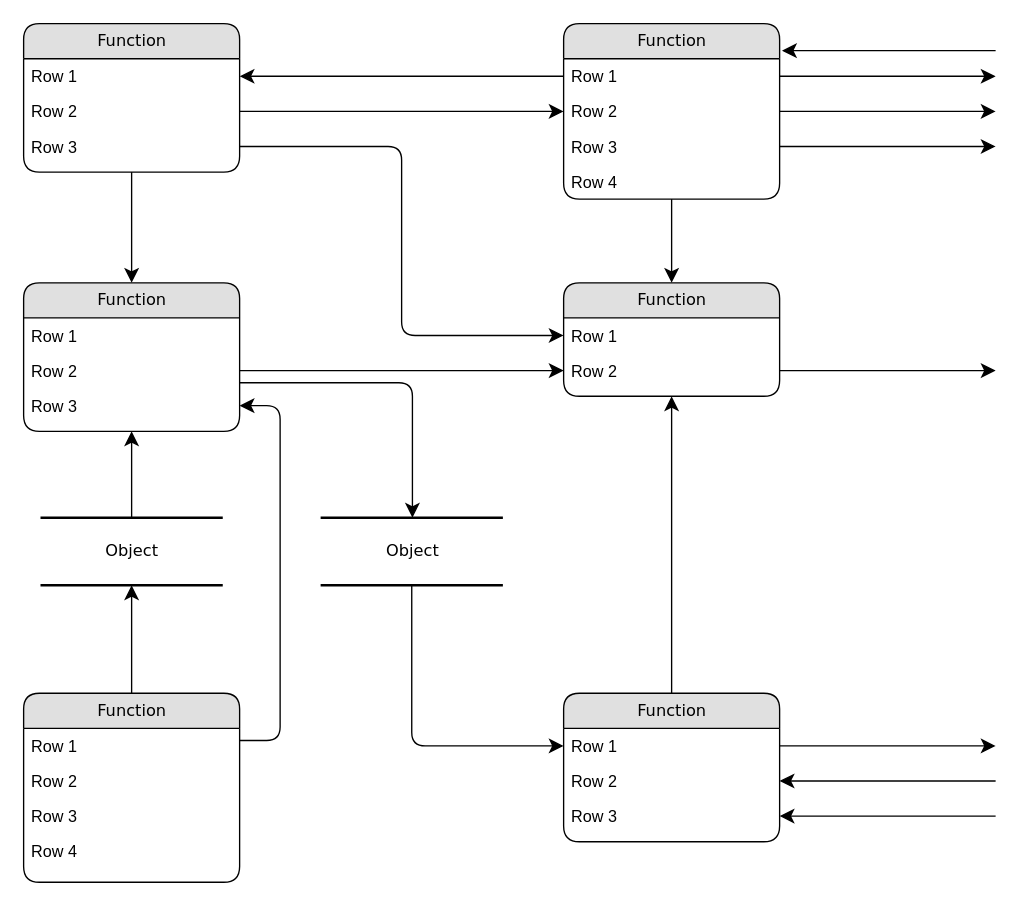
Before: Untitled Diagram.drawio in MingNarongthat/FCCS_Prediction, a draw.io diagram. Source tidied: cells renumbered, new cells numbered last; positions are measured from the earlier drawing's top-left corner, leaving out a move shared by most shapes. Both pictures are drawn from the tidied source at 135%, with x=0, y=0 at pixel (23, 23).
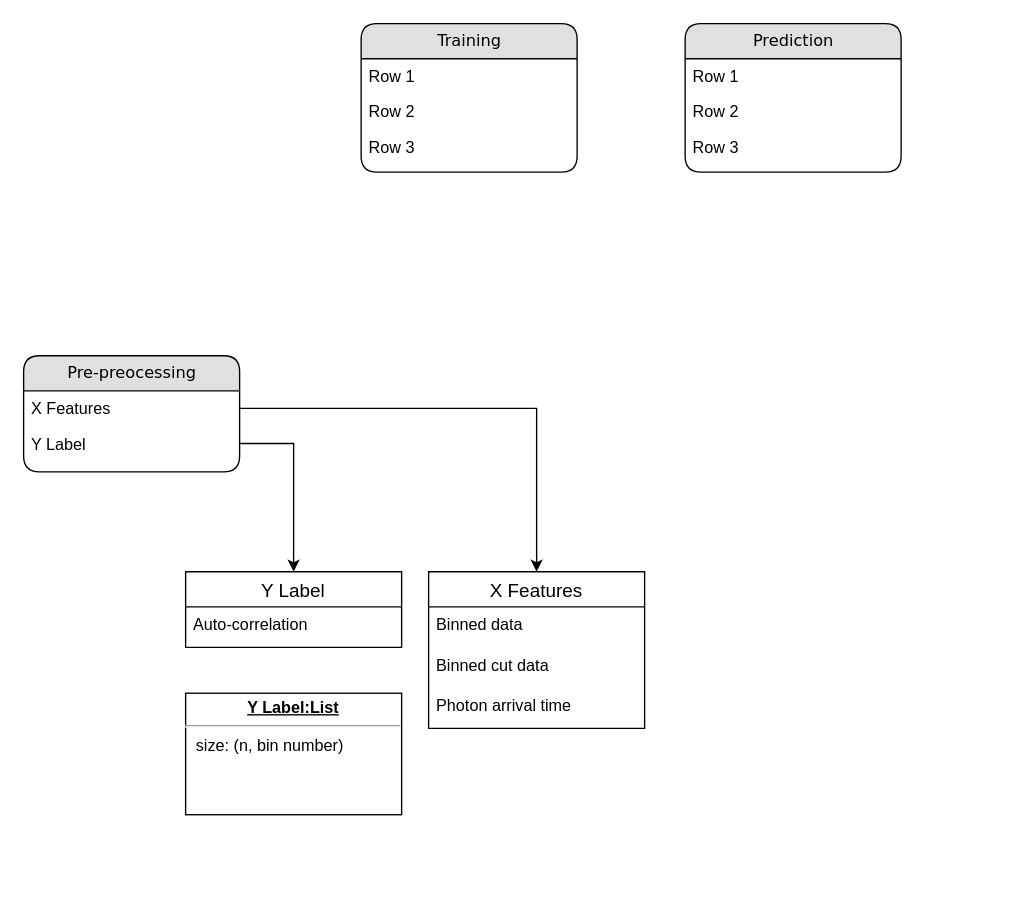
The same page after the edit.

Unchanged cells that the change refers to:
```xml
<mxCell id="14" value="Row 2" style="text;html=1;strokeColor=none;fillColor=none;spacingLeft=4;spacingRight=4;whiteSpace=wrap;overflow=hidden;points=[[0,0.5],[1,0.5]];portConstraint=eastwest;" parent="12" vertex="1">
  <mxGeometry y="52" width="160" height="26" as="geometry" />
</mxCell>
<mxCell id="15" value="Row 3" style="text;html=1;strokeColor=none;fillColor=none;spacingLeft=4;spacingRight=4;whiteSpace=wrap;overflow=hidden;points=[[0,0.5],[1,0.5]];portConstraint=eastwest;" parent="12" vertex="1">
  <mxGeometry y="78" width="160" height="26" as="geometry" />
</mxCell>
```

What changed in the source:
```diff
@@
-    <mxCell id="2" value="Object" style="html=1;rounded=0;shadow=0;comic=0;labelBackgroundColor=none;strokeWidth=2;fontFamily=Verdana;fontSize=12;align=center;shape=mxgraph.ios7ui.horLines;" parent="1" vertex="1">
-      <mxGeometry x="12.5" y="366" width="135" height="50" as="geometry" />
-    </mxCell>
-    <mxCell id="3" value="Function" style="swimlane;html=1;fontStyle=0;horizontal=1;startSize=26;fillColor=#e0e0e0;swimlaneFillColor=#ffffff;align=center;rounded=1;shadow=0;comic=0;labelBackgroundColor=none;strokeWidth=1;fontFamily=Verdana;fontSize=12;" parent="1" vertex="1">
-      <mxGeometry width="160" height="110" as="geometry" />
+    <mxCell id="3" value="Pre-preocessing" style="swimlane;html=1;fontStyle=0;horizontal=1;startSize=26;fillColor=#e0e0e0;swimlaneFillColor=#ffffff;align=center;rounded=1;shadow=0;comic=0;labelBackgroundColor=none;strokeWidth=1;fontFamily=Verdana;fontSize=12;" parent="1" vertex="1">
+      <mxGeometry y="246" width="160" height="86" as="geometry" />
     </mxCell>
-    <mxCell id="4" value="Row 1" style="text;html=1;strokeColor=none;fillColor=none;spacingLeft=4;spacingRight=4;whiteSpace=wrap;overflow=hidden;points=[[0,0.5],[1,0.5]];portConstraint=eastwest;" parent="3" vertex="1">
+    <mxCell id="4" value="X Features" style="text;html=1;strokeColor=none;fillColor=none;spacingLeft=4;spacingRight=4;whiteSpace=wrap;overflow=hidden;points=[[0,0.5],[1,0.5]];portConstraint=eastwest;" parent="3" vertex="1">
       <mxGeometry y="26" width="160" height="26" as="geometry" />
     </mxCell>
-    <mxCell id="5" value="Row 2" style="text;html=1;strokeColor=none;fillColor=none;spacingLeft=4;spacingRight=4;whiteSpace=wrap;overflow=hidden;points=[[0,0.5],[1,0.5]];portConstraint=eastwest;" parent="3" vertex="1">
+    <mxCell id="5" value="Y Label" style="text;html=1;strokeColor=none;fillColor=none;spacingLeft=4;spacingRight=4;whiteSpace=wrap;overflow=hidden;points=[[0,0.5],[1,0.5]];portConstraint=eastwest;" parent="3" vertex="1">
       <mxGeometry y="52" width="160" height="26" as="geometry" />
     </mxCell>
-    <mxCell id="6" value="Row 3" style="text;html=1;strokeColor=none;fillColor=none;spacingLeft=4;spacingRight=4;whiteSpace=wrap;overflow=hidden;points=[[0,0.5],[1,0.5]];portConstraint=eastwest;" parent="3" vertex="1">
-      <mxGeometry y="78" width="160" height="26" as="geometry" />
-    </mxCell>
-    <mxCell id="7" value="Function" style="swimlane;html=1;fontStyle=0;horizontal=1;startSize=26;fillColor=#e0e0e0;swimlaneFillColor=#ffffff;align=center;rounded=1;shadow=0;comic=0;labelBackgroundColor=none;strokeWidth=1;fontFamily=Verdana;fontSize=12;" parent="1" vertex="1">
-      <mxGeometry x="400" width="160" height="130" as="geometry" />
-    </mxCell>
-    <mxCell id="8" value="Row 1" style="text;html=1;strokeColor=none;fillColor=none;spacingLeft=4;spacingRight=4;whiteSpace=wrap;overflow=hidden;points=[[0,0.5],[1,0.5]];portConstraint=eastwest;" parent="7" vertex="1">
-      <mxGeometry y="26" width="160" height="26" as="geometry" />
-    </mxCell>
-    <mxCell id="9" value="Row 2" style="text;html=1;strokeColor=none;fillColor=none;spacingLeft=4;spacingRight=4;whiteSpace=wrap;overflow=hidden;points=[[0,0.5],[1,0.5]];portConstraint=eastwest;" parent="7" vertex="1">
-      <mxGeometry y="52" width="160" height="26" as="geometry" />
-    </mxCell>
-    <mxCell id="10" value="Row 3" style="text;html=1;strokeColor=none;fillColor=none;spacingLeft=4;spacingRight=4;whiteSpace=wrap;overflow=hidden;points=[[0,0.5],[1,0.5]];portConstraint=eastwest;" parent="7" vertex="1">
-      <mxGeometry y="78" width="160" height="26" as="geometry" />
-    </mxCell>
-    <mxCell id="11" value="Row 4" style="text;html=1;strokeColor=none;fillColor=none;spacingLeft=4;spacingRight=4;whiteSpace=wrap;overflow=hidden;" parent="7" vertex="1">
-      <mxGeometry y="104" width="160" height="26" as="geometry" />
-    </mxCell>
-    <mxCell id="12" value="Function" style="swimlane;html=1;fontStyle=0;horizontal=1;startSize=26;fillColor=#e0e0e0;swimlaneFillColor=#ffffff;align=center;rounded=1;shadow=0;comic=0;labelBackgroundColor=none;strokeWidth=1;fontFamily=Verdana;fontSize=12;" parent="1" vertex="1">
-      <mxGeometry y="192" width="160" height="110" as="geometry" />
+    <mxCell id="12" value="Prediction" style="swimlane;html=1;fontStyle=0;horizontal=1;startSize=26;fillColor=#e0e0e0;swimlaneFillColor=#ffffff;align=center;rounded=1;shadow=0;comic=0;labelBackgroundColor=none;strokeWidth=1;fontFamily=Verdana;fontSize=12;" parent="1" vertex="1">
+      <mxGeometry x="490" width="160" height="110" as="geometry" />
     </mxCell>
@@
-    <mxCell id="16" value="Function" style="swimlane;html=1;fontStyle=0;horizontal=1;startSize=26;fillColor=#e0e0e0;swimlaneFillColor=#ffffff;align=center;rounded=1;shadow=0;comic=0;labelBackgroundColor=none;strokeWidth=1;fontFamily=Verdana;fontSize=12;" parent="1" vertex="1">
-      <mxGeometry y="496" width="160" height="140" as="geometry" />
+    <mxCell id="16" value="Training" style="swimlane;html=1;fontStyle=0;horizontal=1;startSize=26;fillColor=#e0e0e0;swimlaneFillColor=#ffffff;align=center;rounded=1;shadow=0;comic=0;labelBackgroundColor=none;strokeWidth=1;fontFamily=Verdana;fontSize=12;" parent="1" vertex="1">
+      <mxGeometry x="250" width="160" height="110" as="geometry" />
     </mxCell>
@@
-    <mxCell id="20" value="Row 4" style="text;html=1;strokeColor=none;fillColor=none;spacingLeft=4;spacingRight=4;whiteSpace=wrap;overflow=hidden;" parent="16" vertex="1">
-      <mxGeometry y="104" width="160" height="26" as="geometry" />
-    </mxCell>
-    <mxCell id="21" value="Function" style="swimlane;html=1;fontStyle=0;horizontal=1;startSize=26;fillColor=#e0e0e0;swimlaneFillColor=#ffffff;align=center;rounded=1;shadow=0;comic=0;labelBackgroundColor=none;strokeWidth=1;fontFamily=Verdana;fontSize=12;" parent="1" vertex="1">
-      <mxGeometry x="400" y="192" width="160" height="84" as="geometry" />
-    </mxCell>
-    <mxCell id="22" value="Row 1" style="text;html=1;strokeColor=none;fillColor=none;spacingLeft=4;spacingRight=4;whiteSpace=wrap;overflow=hidden;points=[[0,0.5],[1,0.5]];portConstraint=eastwest;" parent="21" vertex="1">
-      <mxGeometry y="26" width="160" height="26" as="geometry" />
-    </mxCell>
-    <mxCell id="23" value="Row 2" style="text;html=1;strokeColor=none;fillColor=none;spacingLeft=4;spacingRight=4;whiteSpace=wrap;overflow=hidden;points=[[0,0.5],[1,0.5]];portConstraint=eastwest;" parent="21" vertex="1">
-      <mxGeometry y="52" width="160" height="26" as="geometry" />
-    </mxCell>
-    <mxCell id="24" value="Function" style="swimlane;html=1;fontStyle=0;horizontal=1;startSize=26;fillColor=#e0e0e0;swimlaneFillColor=#ffffff;align=center;rounded=1;shadow=0;comic=0;labelBackgroundColor=none;strokeWidth=1;fontFamily=Verdana;fontSize=12;" parent="1" vertex="1">
-      <mxGeometry x="400" y="496" width="160" height="110" as="geometry" />
-    </mxCell>
-    <mxCell id="25" value="Row 1" style="text;html=1;strokeColor=none;fillColor=none;spacingLeft=4;spacingRight=4;whiteSpace=wrap;overflow=hidden;points=[[0,0.5],[1,0.5]];portConstraint=eastwest;" parent="24" vertex="1">
-      <mxGeometry y="26" width="160" height="26" as="geometry" />
-    </mxCell>
-    <mxCell id="26" value="Row 2" style="text;html=1;strokeColor=none;fillColor=none;spacingLeft=4;spacingRight=4;whiteSpace=wrap;overflow=hidden;points=[[0,0.5],[1,0.5]];portConstraint=eastwest;" parent="24" vertex="1">
-      <mxGeometry y="52" width="160" height="26" as="geometry" />
-    </mxCell>
-    <mxCell id="27" value="Row 3" style="text;html=1;strokeColor=none;fillColor=none;spacingLeft=4;spacingRight=4;whiteSpace=wrap;overflow=hidden;points=[[0,0.5],[1,0.5]];portConstraint=eastwest;" parent="24" vertex="1">
-      <mxGeometry y="78" width="160" height="26" as="geometry" />
-    </mxCell>
-    <mxCell id="28" value="Object" style="html=1;rounded=0;shadow=0;comic=0;labelBackgroundColor=none;strokeWidth=2;fontFamily=Verdana;fontSize=12;align=center;shape=mxgraph.ios7ui.horLines;" parent="1" vertex="1">
-      <mxGeometry x="220" y="366" width="135" height="50" as="geometry" />
-    </mxCell>
-    <mxCell id="29" style="edgeStyle=none;html=1;labelBackgroundColor=none;startFill=0;startSize=8;endFill=1;endSize=8;fontFamily=Verdana;fontSize=12;" parent="1" edge="1" source="16" target="2">
-      <mxGeometry relative="1" as="geometry" />
-    </mxCell>
-    <mxCell id="30" style="edgeStyle=none;html=1;labelBackgroundColor=none;startFill=0;startSize=8;endFill=1;endSize=8;fontFamily=Verdana;fontSize=12;" parent="1" edge="1" source="2" target="12">
-      <mxGeometry relative="1" as="geometry" />
-    </mxCell>
-    <mxCell id="31" style="edgeStyle=orthogonalEdgeStyle;html=1;labelBackgroundColor=none;startFill=0;startSize=8;endFill=1;endSize=8;fontFamily=Verdana;fontSize=12;exitX=1;exitY=0.25;entryX=1;entryY=0.5;" parent="1" edge="1" source="16" target="15">
-      <mxGeometry relative="1" as="geometry">
-        <Array as="points">
-          <mxPoint x="190" y="531" />
-          <mxPoint x="190" y="283" />
-        </Array>
-      </mxGeometry>
-    </mxCell>
-    <mxCell id="32" style="edgeStyle=orthogonalEdgeStyle;html=1;labelBackgroundColor=none;startFill=0;startSize=8;endFill=1;endSize=8;fontFamily=Verdana;fontSize=12;" parent="1" edge="1" source="28" target="25">
-      <mxGeometry x="-0.13" y="32" relative="1" as="geometry" />
-    </mxCell>
-    <mxCell id="33" style="edgeStyle=orthogonalEdgeStyle;html=1;labelBackgroundColor=none;startFill=0;startSize=8;endFill=1;endSize=8;fontFamily=Verdana;fontSize=12;" parent="1" edge="1" source="12" target="28">
-      <mxGeometry relative="1" as="geometry">
-        <Array as="points">
-          <mxPoint x="288" y="266" />
-        </Array>
-      </mxGeometry>
-    </mxCell>
-    <mxCell id="34" style="edgeStyle=orthogonalEdgeStyle;html=1;labelBackgroundColor=none;startFill=0;startSize=8;endFill=1;endSize=8;fontFamily=Verdana;fontSize=12;" parent="1" edge="1" source="3" target="12">
-      <mxGeometry relative="1" as="geometry" />
-    </mxCell>
-    <mxCell id="35" style="edgeStyle=orthogonalEdgeStyle;html=1;labelBackgroundColor=none;startFill=0;startSize=8;endFill=1;endSize=8;fontFamily=Verdana;fontSize=12;" parent="1" edge="1" source="24" target="21">
-      <mxGeometry relative="1" as="geometry" />
-    </mxCell>
-    <mxCell id="36" style="edgeStyle=orthogonalEdgeStyle;html=1;labelBackgroundColor=none;startFill=0;startSize=8;endFill=1;endSize=8;fontFamily=Verdana;fontSize=12;" parent="1" edge="1" source="7" target="21">
-      <mxGeometry relative="1" as="geometry" />
-    </mxCell>
-    <mxCell id="37" style="edgeStyle=orthogonalEdgeStyle;html=1;entryX=0;entryY=0.5;labelBackgroundColor=none;startFill=0;startSize=8;endFill=1;endSize=8;fontFamily=Verdana;fontSize=12;exitX=1;exitY=0.5;" parent="1" edge="1" source="5" target="9">
-      <mxGeometry relative="1" as="geometry" />
-    </mxCell>
-    <mxCell id="38" style="edgeStyle=orthogonalEdgeStyle;html=1;exitX=0;exitY=0.5;entryX=1;entryY=0.5;labelBackgroundColor=none;startFill=0;startSize=8;endFill=1;endSize=8;fontFamily=Verdana;fontSize=12;" parent="1" edge="1" source="8" target="4">
-      <mxGeometry relative="1" as="geometry" />
-    </mxCell>
-    <mxCell id="39" style="edgeStyle=orthogonalEdgeStyle;html=1;exitX=1;exitY=0.5;entryX=0;entryY=0.5;labelBackgroundColor=none;startFill=0;startSize=8;endFill=1;endSize=8;fontFamily=Verdana;fontSize=12;" parent="1" edge="1" source="6" target="22">
-      <mxGeometry relative="1" as="geometry" />
-    </mxCell>
-    <mxCell id="40" style="edgeStyle=orthogonalEdgeStyle;html=1;exitX=1;exitY=0.5;entryX=0;entryY=0.5;labelBackgroundColor=none;startFill=0;startSize=8;endFill=1;endSize=8;fontFamily=Verdana;fontSize=12;" parent="1" edge="1" source="14" target="23">
-      <mxGeometry relative="1" as="geometry" />
-    </mxCell>
-    <mxCell id="41" style="edgeStyle=orthogonalEdgeStyle;html=1;labelBackgroundColor=none;startFill=0;startSize=8;endFill=1;endSize=8;fontFamily=Verdana;fontSize=12;" parent="1" edge="1" source="23">
-      <mxGeometry relative="1" as="geometry">
-        <mxPoint x="720" y="257" as="targetPoint" />
-      </mxGeometry>
-    </mxCell>
-    <mxCell id="42" style="edgeStyle=orthogonalEdgeStyle;html=1;exitX=1;exitY=0.5;labelBackgroundColor=none;startFill=0;startSize=8;endFill=1;endSize=8;fontFamily=Verdana;fontSize=12;" parent="1" edge="1" source="25">
-      <mxGeometry relative="1" as="geometry">
-        <mxPoint x="720" y="535" as="targetPoint" />
-      </mxGeometry>
-    </mxCell>
-    <mxCell id="43" style="edgeStyle=orthogonalEdgeStyle;html=1;labelBackgroundColor=none;startFill=0;startSize=8;endFill=1;endSize=8;fontFamily=Verdana;fontSize=12;entryX=1;entryY=0.5;" parent="1" edge="1" target="26">
-      <mxGeometry relative="1" as="geometry">
-        <mxPoint x="720" y="561" as="sourcePoint" />
-        <Array as="points">
-          <mxPoint x="720" y="561" />
-        </Array>
-      </mxGeometry>
-    </mxCell>
-    <mxCell id="44" style="edgeStyle=orthogonalEdgeStyle;html=1;labelBackgroundColor=none;startFill=0;startSize=8;endFill=1;endSize=8;fontFamily=Verdana;fontSize=12;entryX=1;entryY=0.5;" parent="1" edge="1" target="27">
-      <mxGeometry relative="1" as="geometry">
-        <mxPoint x="720" y="587" as="sourcePoint" />
-        <Array as="points">
-          <mxPoint x="640" y="587" />
-          <mxPoint x="640" y="587" />
-        </Array>
-      </mxGeometry>
-    </mxCell>
-    <mxCell id="45" style="edgeStyle=orthogonalEdgeStyle;html=1;exitX=1;exitY=0.5;labelBackgroundColor=none;startFill=0;startSize=8;endFill=1;endSize=8;fontFamily=Verdana;fontSize=12;" parent="1" edge="1" source="8">
-      <mxGeometry relative="1" as="geometry">
-        <mxPoint x="720" y="39" as="targetPoint" />
-      </mxGeometry>
-    </mxCell>
-    <mxCell id="46" style="edgeStyle=orthogonalEdgeStyle;html=1;exitX=1;exitY=0.5;labelBackgroundColor=none;startFill=0;startSize=8;endFill=1;endSize=8;fontFamily=Verdana;fontSize=12;" parent="1" edge="1" source="9">
-      <mxGeometry relative="1" as="geometry">
-        <mxPoint x="720" y="65" as="targetPoint" />
-      </mxGeometry>
-    </mxCell>
-    <mxCell id="47" style="edgeStyle=orthogonalEdgeStyle;html=1;exitX=1;exitY=0.5;labelBackgroundColor=none;startFill=0;startSize=8;endFill=1;endSize=8;fontFamily=Verdana;fontSize=12;" parent="1" edge="1" source="10">
-      <mxGeometry relative="1" as="geometry">
-        <mxPoint x="720" y="91" as="targetPoint" />
-      </mxGeometry>
-    </mxCell>
-    <mxCell id="48" style="edgeStyle=elbowEdgeStyle;html=1;labelBackgroundColor=none;startFill=0;startSize=8;endFill=1;endSize=8;fontFamily=Verdana;fontSize=12;elbow=vertical;entryX=1.011;entryY=0.152;entryPerimeter=0;" parent="1" edge="1" target="7">
-      <mxGeometry relative="1" as="geometry">
-        <mxPoint x="720" y="20" as="sourcePoint" />
-        <Array as="points">
-          <mxPoint x="650" y="20" />
-        </Array>
-      </mxGeometry>
-    </mxCell>
+    <mxCell id="49" style="edgeStyle=orthogonalEdgeStyle;rounded=0;jettySize=auto;html=1;exitX=1;exitY=0.5;exitDx=0;exitDy=0;entryX=0.5;entryY=0;entryDx=0;entryDy=0;" parent="1" edge="1" source="4" target="50">
+      <mxGeometry relative="1" as="geometry" />
+    </mxCell>
+    <mxCell id="50" value="X Features" style="swimlane;fontStyle=0;horizontal=1;startSize=26;align=center;fontSize=14;" parent="1" vertex="1">
+      <mxGeometry x="300" y="406" width="160" height="116" as="geometry" />
+    </mxCell>
+    <mxCell id="51" value="Binned data" style="text;strokeColor=none;fillColor=none;spacingLeft=4;spacingRight=4;overflow=hidden;fontSize=12;" parent="50" vertex="1">
+      <mxGeometry y="26" width="160" height="30" as="geometry" />
+    </mxCell>
+    <mxCell id="52" value="Binned cut data" style="text;strokeColor=none;fillColor=none;spacingLeft=4;spacingRight=4;overflow=hidden;fontSize=12;" parent="50" vertex="1">
+      <mxGeometry y="56" width="160" height="30" as="geometry" />
+    </mxCell>
+    <mxCell id="53" value="Photon arrival time" style="text;strokeColor=none;fillColor=none;spacingLeft=4;spacingRight=4;overflow=hidden;fontSize=12;" parent="50" vertex="1">
+      <mxGeometry y="86" width="160" height="30" as="geometry" />
+    </mxCell>
+    <mxCell id="54" value="Y Label" style="swimlane;fontStyle=0;horizontal=1;startSize=26;align=center;fontSize=14;" parent="1" vertex="1">
+      <mxGeometry x="120" y="406" width="160" height="56" as="geometry" />
+    </mxCell>
+    <mxCell id="55" value="Auto-correlation" style="text;strokeColor=none;fillColor=none;spacingLeft=4;spacingRight=4;overflow=hidden;fontSize=12;" parent="54" vertex="1">
+      <mxGeometry y="26" width="160" height="30" as="geometry" />
+    </mxCell>
+    <mxCell id="56" style="edgeStyle=orthogonalEdgeStyle;rounded=0;jettySize=auto;html=1;exitX=1;exitY=0.5;exitDx=0;exitDy=0;entryX=0.5;entryY=0;entryDx=0;entryDy=0;" parent="1" edge="1" source="5" target="54">
+      <mxGeometry relative="1" as="geometry">
+        <Array as="points">
+          <mxPoint x="200" y="311" />
+        </Array>
+      </mxGeometry>
+    </mxCell>
+    <mxCell id="57" value="&lt;p style=&quot;margin:0px;margin-top:4px;text-align:center;text-decoration:underline;&quot;&gt;&lt;b&gt;Y Label:List&lt;/b&gt;&lt;/p&gt;&lt;hr&gt;&lt;p style=&quot;margin:0px;margin-left:8px;&quot;&gt;size: (n, bin number)&lt;/p&gt;&lt;p style=&quot;margin:0px;margin-left:8px;&quot;&gt;&lt;br&gt;&lt;/p&gt;" style="verticalAlign=top;align=left;overflow=fill;fontSize=12;fontFamily=Helvetica;html=1;" parent="1" vertex="1">
+      <mxGeometry x="120" y="496" width="160" height="90" as="geometry" />
+    </mxCell>
```
